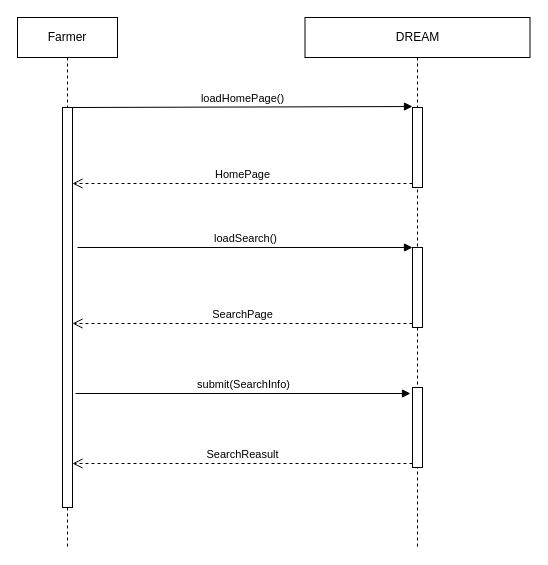
ictar/DREAM-SE2-Project-2022 keeps this draw.io diagram as page "FarmerCheckInfo" (6 of 13) of RASD/diagrams/Sequence Diagram.drawio. Above is the earlier version. Source tidied: cells renumbered, new cells numbered last; positions are measured from the earlier drawing's top-left corner, leaving out a move shared by most shapes. Both pictures are drawn from the tidied source at 100%, with x=0, y=0 at pixel (17, 17).
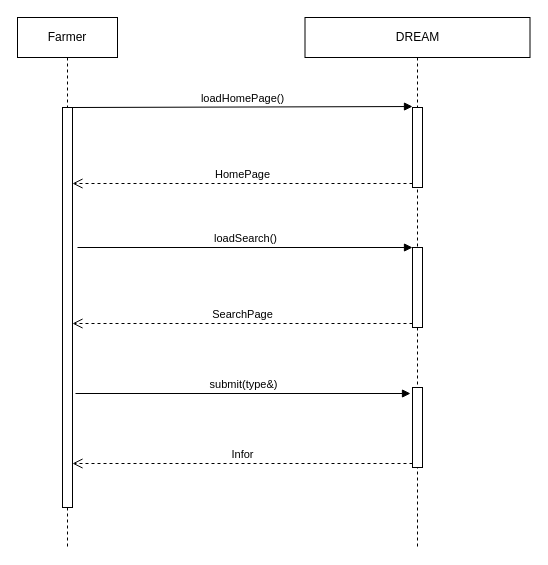
The same page after the edit.

Diff of the diagram source:
```diff
@@
 <mxGraphModel>
   <root>
     <mxCell id="0" />
     <mxCell id="1" parent="0" />
     <mxCell id="2" value="Farmer" style="shape=umlLifeline;perimeter=lifelinePerimeter;whiteSpace=wrap;html=1;" parent="1" vertex="1">
       <mxGeometry width="100" height="530" as="geometry" />
     </mxCell>
     <mxCell id="3" value="DREAM" style="shape=umlLifeline;perimeter=lifelinePerimeter;whiteSpace=wrap;html=1;" parent="1" vertex="1">
       <mxGeometry x="287.5" width="225" height="530" as="geometry" />
     </mxCell>
     <mxCell id="4" value="loadHomePage()" style="html=1;verticalAlign=bottom;endArrow=block;rounded=0;entryX=0;entryY=-0.012;entryDx=0;entryDy=0;entryPerimeter=0;" parent="1" edge="1" target="10">
       <mxGeometry relative="1" as="geometry">
         <mxPoint x="55" y="90" as="sourcePoint" />
       </mxGeometry>
     </mxCell>
     <mxCell id="5" value="HomePage" style="html=1;verticalAlign=bottom;endArrow=open;dashed=1;endSize=8;exitX=0;exitY=0.95;rounded=0;" parent="1" edge="1" source="10">
       <mxGeometry relative="1" as="geometry">
         <mxPoint x="55" y="166" as="targetPoint" />
       </mxGeometry>
     </mxCell>
     <mxCell id="6" value="loadSearch()" style="html=1;verticalAlign=bottom;endArrow=block;entryX=0;entryY=0;rounded=0;" parent="1" edge="1" target="11">
       <mxGeometry relative="1" as="geometry">
         <mxPoint x="60" y="230" as="sourcePoint" />
       </mxGeometry>
     </mxCell>
     <mxCell id="7" value="SearchPage" style="html=1;verticalAlign=bottom;endArrow=open;dashed=1;endSize=8;exitX=0;exitY=0.95;rounded=0;" parent="1" edge="1" source="11">
       <mxGeometry relative="1" as="geometry">
         <mxPoint x="55" y="306" as="targetPoint" />
       </mxGeometry>
     </mxCell>
-    <mxCell id="8" value="submit(SearchInfo)" style="html=1;verticalAlign=bottom;endArrow=block;entryX=0;entryY=0;rounded=0;" parent="1" edge="1">
+    <mxCell id="8" value="submit(type&amp;amp;)" style="html=1;verticalAlign=bottom;endArrow=block;entryX=0;entryY=0;rounded=0;" parent="1" edge="1">
       <mxGeometry relative="1" as="geometry">
         <mxPoint x="58" y="376" as="sourcePoint" />
         <mxPoint x="393" y="376" as="targetPoint" />
       </mxGeometry>
     </mxCell>
-    <mxCell id="9" value="SearchReasult" style="html=1;verticalAlign=bottom;endArrow=open;dashed=1;endSize=8;exitX=0;exitY=0.95;rounded=0;" parent="1" edge="1">
+    <mxCell id="9" value="Infor" style="html=1;verticalAlign=bottom;endArrow=open;dashed=1;endSize=8;exitX=0;exitY=0.95;rounded=0;" parent="1" edge="1">
       <mxGeometry relative="1" as="geometry">
         <mxPoint x="395" y="446" as="sourcePoint" />
         <mxPoint x="55" y="446" as="targetPoint" />
       </mxGeometry>
     </mxCell>
     <mxCell id="10" style="html=1;points=[];perimeter=orthogonalPerimeter;" parent="1" vertex="1">
       <mxGeometry x="395" y="90" width="10" height="80" as="geometry" />
     </mxCell>
     <mxCell id="11" style="html=1;points=[];perimeter=orthogonalPerimeter;" parent="1" vertex="1">
       <mxGeometry x="395" y="230" width="10" height="80" as="geometry" />
     </mxCell>
     <mxCell id="12" style="html=1;perimeter=orthogonalPerimeter;" parent="1" vertex="1">
       <mxGeometry x="395" y="370" width="10" height="80" as="geometry" />
     </mxCell>
     <mxCell id="13" style="html=1;perimeter=orthogonalPerimeter;" parent="1" vertex="1">
       <mxGeometry x="45" y="90" width="10" height="400" as="geometry" />
     </mxCell>
   </root>
 </mxGraphModel>
```
